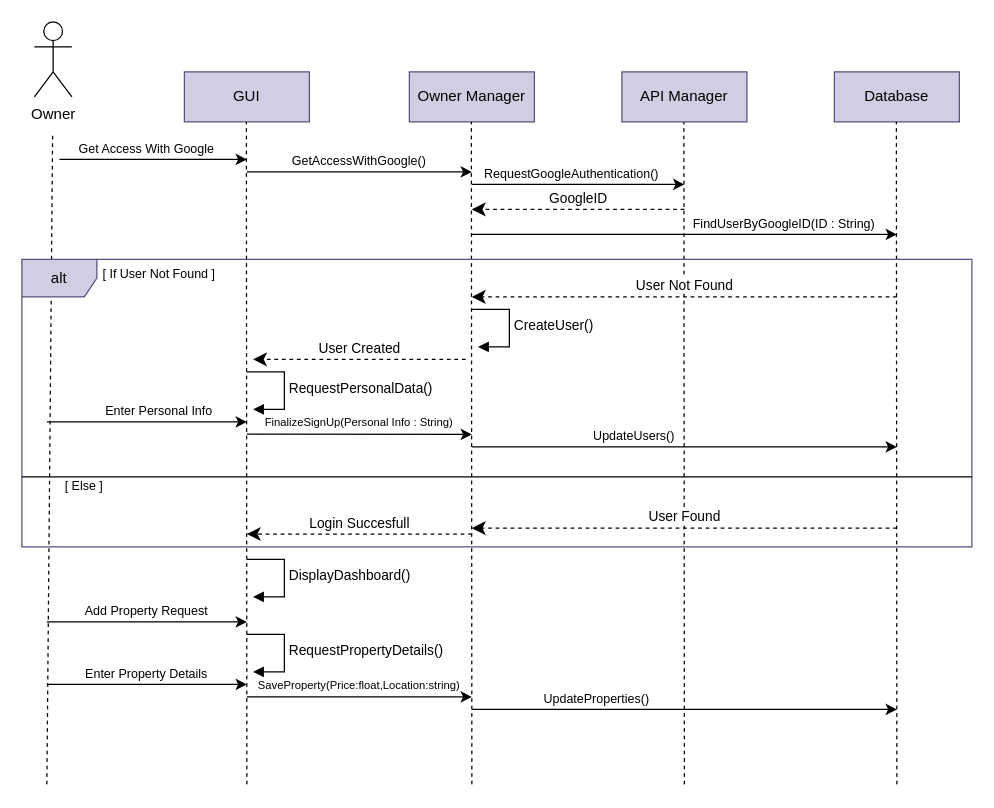
The draw.io diagram Diagrams/Sequence Diagram/Per Major Scenario/Add Property Sequence.drawio in OMZaky/Tripzy, before the edit. Source tidied: cells renumbered, new cells numbered last; positions are measured from the earlier drawing's top-left corner, leaving out a move shared by most shapes. Both pictures are drawn from the tidied source at 125%, with x=0, y=0 at pixel (21, 21).
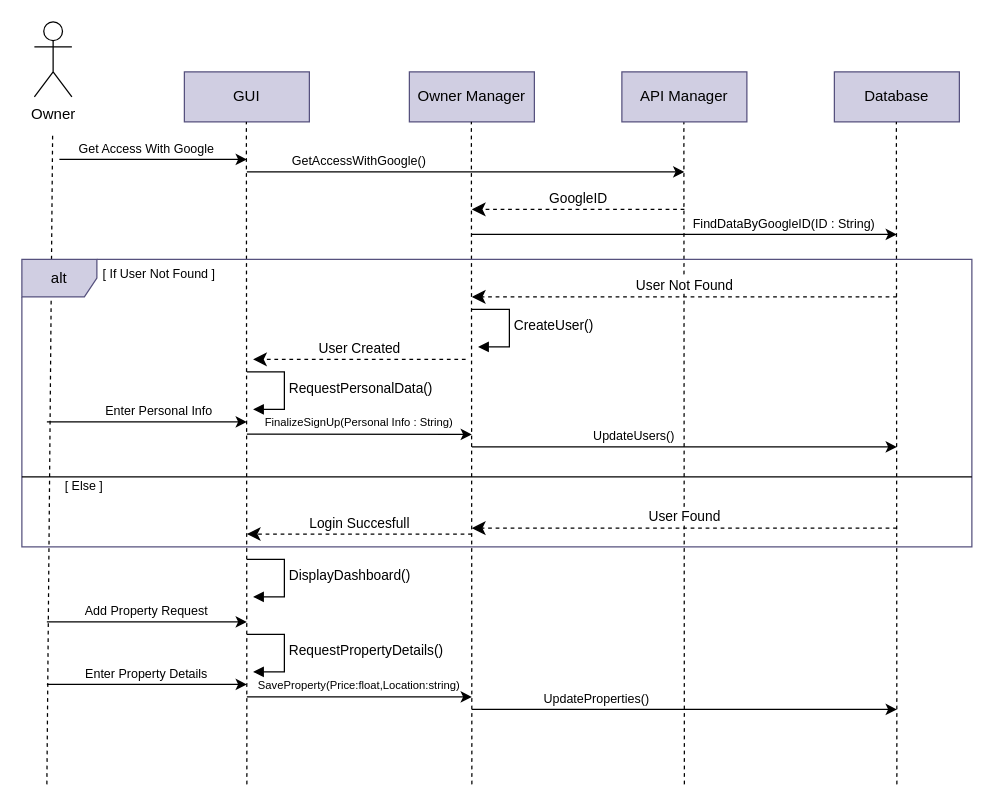
The same page after the edit.

What changed in the source:
```diff
@@
     <mxCell id="14" style="endArrow=classic;html=1;rounded=0;" parent="1" edge="1">
       <mxGeometry relative="1" as="geometry">
         <mxPoint x="180" y="120" as="sourcePoint" />
-        <mxPoint x="360" y="120" as="targetPoint" />
+        <mxPoint x="530" y="120" as="targetPoint" />
       </mxGeometry>
     </mxCell>
@@
-    <mxCell id="16" style="endArrow=classic;html=1;rounded=0;" parent="1" edge="1">
-      <mxGeometry relative="1" as="geometry">
-        <mxPoint x="360" y="130" as="sourcePoint" />
-        <mxPoint x="530" y="130" as="targetPoint" />
-      </mxGeometry>
-    </mxCell>
-    <mxCell id="17" value="RequestGoogleAuthentication()" style="text;html=1;whiteSpace=wrap;strokeColor=none;fillColor=none;align=center;verticalAlign=middle;rounded=0;fontSize=10;fontStyle=0;" parent="1" vertex="1">
-      <mxGeometry x="400" y="120" width="80" as="geometry" />
-    </mxCell>
@@
-    <mxCell id="20" value="FindUserByGoogleID(ID : String)" style="text;html=1;whiteSpace=wrap;strokeColor=none;fillColor=none;align=center;verticalAlign=middle;rounded=0;fontSize=10;fontStyle=0;" parent="1" vertex="1">
+    <mxCell id="20" value="FindDataByGoogleID(ID : String)" style="text;html=1;whiteSpace=wrap;strokeColor=none;fillColor=none;align=center;verticalAlign=middle;rounded=0;fontSize=10;fontStyle=0;" parent="1" vertex="1">
       <mxGeometry x="520" y="160" width="180" as="geometry" />
     </mxCell>
```
